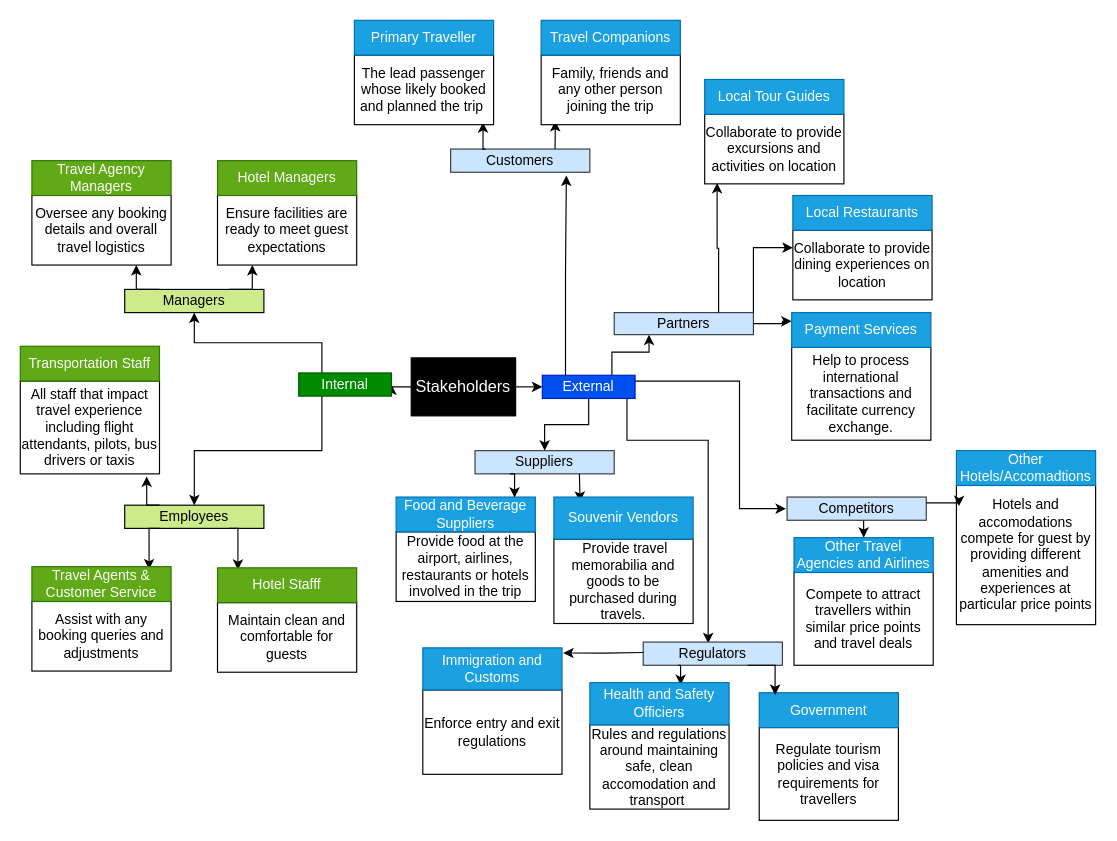
Above: mindmap_stakeholders.drawio in kyrafld/kyrafld (draw.io), before the change. Source tidied: cells renumbered, new cells numbered last; positions are measured from the earlier drawing's top-left corner, leaving out a move shared by most shapes. Both pictures are drawn from the tidied source at 116%, with x=0, y=0 at pixel (20, 20).
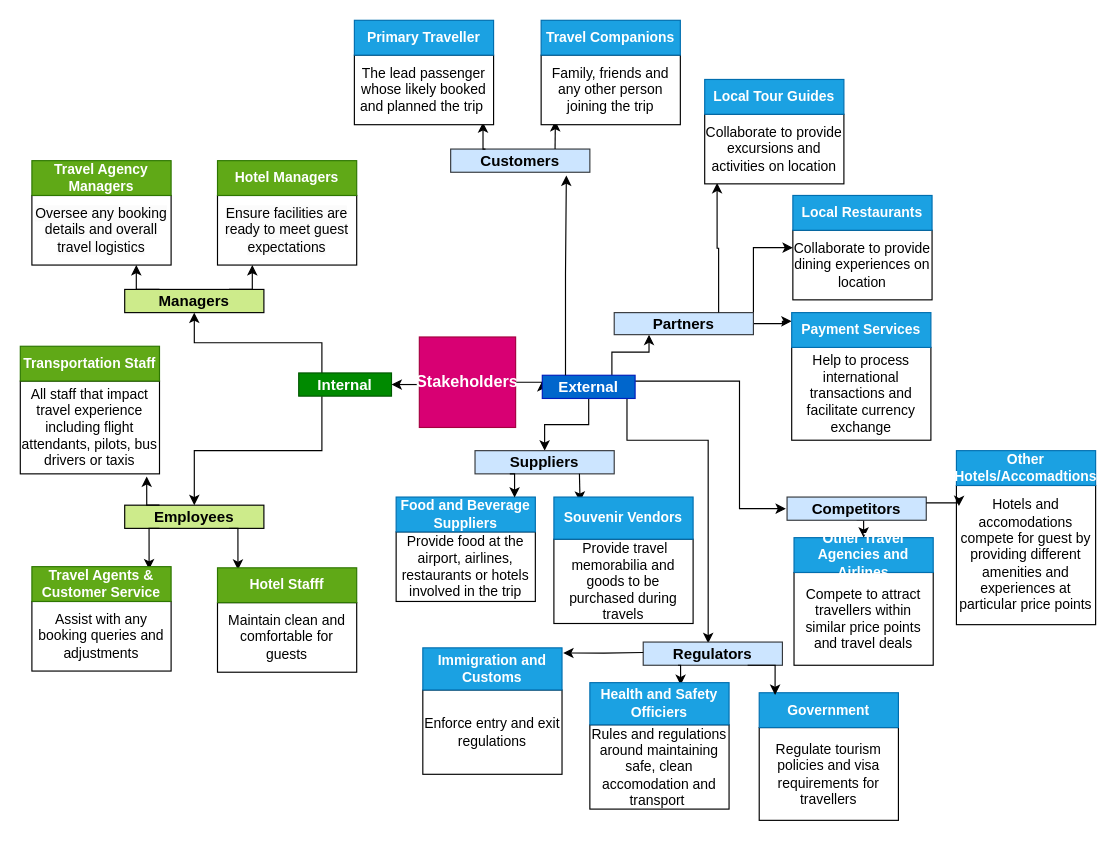
Above is the later version.

Unchanged cells that the change refers to:
```xml
<mxCell id="49" style="group;" parent="1" vertex="1">
  <mxGeometry y="121" width="290" height="440" as="geometry" />
</mxCell>
```

What changed in the source:
```diff
@@
-    <mxCell id="2" style="edgeStyle=orthogonalEdgeStyle;rounded=0;jettySize=auto;html=1;exitX=1;exitY=0.5;exitDx=0;exitDy=0;entryX=0;entryY=0.5;entryDx=0;entryDy=0;" parent="1" edge="1" source="4" target="21">
+    <mxCell id="2" style="edgeStyle=orthogonalEdgeStyle;rounded=0;jettySize=auto;html=1;exitX=1;exitY=0.5;exitDx=0;exitDy=0;entryX=0;entryY=0.25;entryDx=0;entryDy=0;" parent="1" edge="1" source="4" target="21">
       <mxGeometry relative="1" as="geometry" />
     </mxCell>
-    <mxCell id="3" style="edgeStyle=orthogonalEdgeStyle;rounded=0;jettySize=auto;html=1;exitX=0;exitY=0.5;exitDx=0;exitDy=0;entryX=1;entryY=0.5;entryDx=0;entryDy=0;" parent="1" edge="1" source="4" target="12">
-      <mxGeometry relative="1" as="geometry" />
-    </mxCell>
+    <mxCell id="76" style="edgeStyle=orthogonalEdgeStyle;rounded=0;jettySize=auto;html=1;exitX=0;exitY=0.5;exitDx=0;exitDy=0;entryX=1;entryY=0.5;entryDx=0;entryDy=0;" parent="1" edge="1" target="12">
+      <mxGeometry relative="1" as="geometry">
+        <mxPoint x="353" y="314" as="sourcePoint" />
+      </mxGeometry>
+    </mxCell>
-    <mxCell id="4" value="&lt;font color=&quot;#ffffff&quot; style=&quot;font-size: 14px;&quot;&gt;Stakeholders&lt;/font&gt;" style="rounded=0;whiteSpace=wrap;html=1;fillColor=#000000;" parent="1" vertex="1">
-      <mxGeometry x="337" y="291" width="90" height="50" as="geometry" />
+    <mxCell id="4" value="&lt;font style=&quot;font-size: 14px;&quot; color=&quot;#ffffff&quot;&gt;Stakeholders&lt;/font&gt;" style="rounded=0;whiteSpace=wrap;html=1;fillColor=#d80073;fontStyle=1;fontColor=#ffffff;strokeColor=#A50040;" parent="1" vertex="1">
+      <mxGeometry x="344" y="273" width="83" height="78" as="geometry" />
     </mxCell>
@@
-    <mxCell id="9" value="Managers" style="rounded=0;whiteSpace=wrap;html=1;fillColor=#cdeb8b;strokeColor=default;" parent="1" vertex="1">
+    <mxCell id="9" value="Managers" style="rounded=0;whiteSpace=wrap;html=1;fillColor=#cdeb8b;strokeColor=default;fontStyle=1;fontSize=13;" parent="1" vertex="1">
       <mxGeometry x="90" y="232" width="120" height="20" as="geometry" />
     </mxCell>
@@
-    <mxCell id="12" value="Internal" style="rounded=0;whiteSpace=wrap;html=1;fillColor=#008a00;fontColor=#ffffff;strokeColor=#005700;" parent="1" vertex="1">
+    <mxCell id="12" value="Internal" style="rounded=0;whiteSpace=wrap;html=1;fillColor=#008a00;fontColor=#ffffff;strokeColor=#005700;fontStyle=1;fontSize=13;" parent="1" vertex="1">
       <mxGeometry x="240" y="304" width="80" height="20" as="geometry" />
     </mxCell>
-    <mxCell id="13" value="Employees" style="rounded=0;whiteSpace=wrap;html=1;fillColor=#cdeb8b;strokeColor=default;" parent="1" vertex="1">
+    <mxCell id="13" value="Employees" style="rounded=0;whiteSpace=wrap;html=1;fillColor=#cdeb8b;strokeColor=default;fontStyle=1;fontSize=13;" parent="1" vertex="1">
       <mxGeometry x="90" y="418" width="120" height="20" as="geometry" />
     </mxCell>
@@
-    <mxCell id="21" value="External" style="rounded=0;whiteSpace=wrap;html=1;fillColor=#0050ef;fontColor=#ffffff;strokeColor=#001DBC;" parent="1" vertex="1">
+    <mxCell id="21" value="&lt;b&gt;External&lt;/b&gt;" style="rounded=0;whiteSpace=wrap;html=1;fillColor=#0066CC;fontColor=#ffffff;strokeColor=#001DBC;fontSize=13;" parent="1" vertex="1">
       <mxGeometry x="450" y="306" width="80" height="20" as="geometry" />
     </mxCell>
-    <mxCell id="22" value="Customers" style="rounded=0;whiteSpace=wrap;html=1;fillColor=#cce5ff;strokeColor=#36393d;" parent="1" vertex="1">
+    <mxCell id="22" value="Customers" style="rounded=0;whiteSpace=wrap;html=1;fillColor=#cce5ff;strokeColor=#36393d;fontStyle=1;fontSize=13;" parent="1" vertex="1">
       <mxGeometry x="371" y="111" width="120" height="20" as="geometry" />
     </mxCell>
@@
-    <mxCell id="26" value="Partners" style="rounded=0;whiteSpace=wrap;html=1;fillColor=#cce5ff;strokeColor=#36393d;" parent="1" vertex="1">
+    <mxCell id="26" value="Partners" style="rounded=0;whiteSpace=wrap;html=1;fillColor=#cce5ff;strokeColor=#36393d;fontStyle=1;fontSize=13;" parent="1" vertex="1">
       <mxGeometry x="512" y="252" width="120" height="19" as="geometry" />
     </mxCell>
@@
-    <mxCell id="29" value="&lt;div style=&quot;&quot;&gt;&lt;span style=&quot;text-align: left;&quot;&gt;Help to process international transactions and facilitate currency exchange.&lt;/span&gt;&lt;br&gt;&lt;/div&gt;" style="rounded=0;whiteSpace=wrap;html=1;align=center;" parent="1" vertex="1">
+    <mxCell id="29" value="&lt;div style=&quot;&quot;&gt;&lt;span style=&quot;text-align: left;&quot;&gt;Help to process international transactions and facilitate currency exchange&lt;/span&gt;&lt;br&gt;&lt;/div&gt;" style="rounded=0;whiteSpace=wrap;html=1;align=center;" parent="1" vertex="1">
       <mxGeometry x="665" y="282" width="120" height="80" as="geometry" />
     </mxCell>
-    <mxCell id="30" value="&lt;div style=&quot;&quot;&gt;Payment Services&lt;/div&gt;" style="rounded=0;whiteSpace=wrap;html=1;align=center;fillColor=#1ba1e2;fontColor=#ffffff;strokeColor=#006EAF;" parent="1" vertex="1">
+    <mxCell id="30" value="&lt;div style=&quot;&quot;&gt;Payment Services&lt;/div&gt;" style="rounded=0;whiteSpace=wrap;html=1;align=center;fillColor=#1ba1e2;fontColor=#ffffff;strokeColor=#006EAF;fontStyle=1;" parent="1" vertex="1">
       <mxGeometry x="665" y="252" width="120" height="30" as="geometry" />
     </mxCell>
@@
-    <mxCell id="32" value="Suppliers" style="rounded=0;whiteSpace=wrap;html=1;fillColor=#cce5ff;strokeColor=#36393d;" parent="1" vertex="1">
+    <mxCell id="32" value="Suppliers" style="rounded=0;whiteSpace=wrap;html=1;fillColor=#cce5ff;strokeColor=#36393d;fontStyle=1;fontSize=13;" parent="1" vertex="1">
       <mxGeometry x="392" y="371" width="120" height="20" as="geometry" />
     </mxCell>
-    <mxCell id="33" value="Regulators" style="rounded=0;whiteSpace=wrap;html=1;fillColor=#cce5ff;strokeColor=#36393d;" parent="1" vertex="1">
+    <mxCell id="33" value="Regulators" style="rounded=0;whiteSpace=wrap;html=1;fillColor=#cce5ff;strokeColor=#36393d;fontStyle=1;fontSize=13;" parent="1" vertex="1">
       <mxGeometry x="537" y="536" width="120" height="20" as="geometry" />
     </mxCell>
@@
-    <mxCell id="35" value="&lt;div style=&quot;&quot;&gt;Food and Beverage Suppliers&lt;/div&gt;" style="rounded=0;whiteSpace=wrap;html=1;align=center;fillColor=#1ba1e2;fontColor=#ffffff;strokeColor=#006EAF;" parent="1" vertex="1">
+    <mxCell id="35" value="&lt;div style=&quot;&quot;&gt;Food and Beverage Suppliers&lt;/div&gt;" style="rounded=0;whiteSpace=wrap;html=1;align=center;fillColor=#1ba1e2;fontColor=#ffffff;strokeColor=#006EAF;fontStyle=1;" parent="1" vertex="1">
       <mxGeometry x="324" y="411" width="120" height="30" as="geometry" />
     </mxCell>
@@
-    <mxCell id="39" value="Competitors" style="rounded=0;whiteSpace=wrap;html=1;fillColor=#cce5ff;strokeColor=#36393d;" parent="1" vertex="1">
+    <mxCell id="39" value="Competitors" style="rounded=0;whiteSpace=wrap;html=1;fillColor=#cce5ff;strokeColor=#36393d;fontStyle=1;fontSize=13;" parent="1" vertex="1">
       <mxGeometry x="661" y="411" width="120" height="20" as="geometry" />
     </mxCell>
@@
-    <mxCell id="41" value="&lt;div style=&quot;&quot;&gt;Other Hotels/Accomadtions&lt;/div&gt;" style="rounded=0;whiteSpace=wrap;html=1;align=center;fillColor=#1ba1e2;fontColor=#ffffff;strokeColor=#006EAF;" parent="1" vertex="1">
+    <mxCell id="41" value="&lt;div style=&quot;&quot;&gt;Other Hotels/Accomadtions&lt;/div&gt;" style="rounded=0;whiteSpace=wrap;html=1;align=center;fillColor=#1ba1e2;fontColor=#ffffff;strokeColor=#006EAF;fontStyle=1;" parent="1" vertex="1">
       <mxGeometry x="807" y="371" width="120" height="30" as="geometry" />
     </mxCell>
@@
-    <mxCell id="43" value="&lt;div style=&quot;&quot;&gt;Government&lt;/div&gt;" style="rounded=0;whiteSpace=wrap;html=1;align=center;fillColor=#1ba1e2;fontColor=#ffffff;strokeColor=#006EAF;" parent="1" vertex="1">
+    <mxCell id="43" value="&lt;div style=&quot;&quot;&gt;Government&lt;/div&gt;" style="rounded=0;whiteSpace=wrap;html=1;align=center;fillColor=#1ba1e2;fontColor=#ffffff;strokeColor=#006EAF;fontStyle=1;" parent="1" vertex="1">
       <mxGeometry x="637" y="579.7" width="120" height="30" as="geometry" />
     </mxCell>
@@
-    <mxCell id="50" value="&lt;span style=&quot;text-align: left;&quot;&gt;Travel Agency Managers&lt;/span&gt;" style="rounded=0;whiteSpace=wrap;html=1;fillColor=#60a917;fontColor=#ffffff;strokeColor=#2D7600;" parent="49" vertex="1">
+    <mxCell id="50" value="&lt;span style=&quot;text-align: left;&quot;&gt;Travel Agency Managers&lt;/span&gt;" style="rounded=0;whiteSpace=wrap;html=1;fillColor=#60a917;fontColor=#ffffff;strokeColor=#2D7600;fontStyle=1;" parent="49" vertex="1">
       <mxGeometry x="10" width="120" height="30" as="geometry" />
     </mxCell>
-    <mxCell id="51" value="Hotel Managers" style="rounded=0;whiteSpace=wrap;html=1;fillColor=#60a917;fontColor=#ffffff;strokeColor=#2D7600;" parent="49" vertex="1">
+    <mxCell id="51" value="Hotel Managers" style="rounded=0;whiteSpace=wrap;html=1;fillColor=#60a917;fontColor=#ffffff;strokeColor=#2D7600;fontStyle=1;" parent="49" vertex="1">
       <mxGeometry x="170" width="120" height="30" as="geometry" />
     </mxCell>
-    <mxCell id="52" value="&lt;div style=&quot;text-align: left;&quot;&gt;Transportation Staff&lt;/div&gt;" style="rounded=0;whiteSpace=wrap;html=1;fillColor=#60a917;fontColor=#ffffff;strokeColor=#2D7600;" parent="49" vertex="1">
+    <mxCell id="52" value="&lt;div style=&quot;text-align: left;&quot;&gt;Transportation Staff&lt;/div&gt;" style="rounded=0;whiteSpace=wrap;html=1;fillColor=#60a917;fontColor=#ffffff;strokeColor=#2D7600;fontStyle=1;" parent="49" vertex="1">
       <mxGeometry y="160" width="120" height="30" as="geometry" />
     </mxCell>
-    <mxCell id="53" style="group;" parent="49" vertex="1">
+    <mxCell id="53" style="group;fontStyle=1;" parent="49" vertex="1">
       <mxGeometry x="10" y="350" width="120" height="90" as="geometry" />
     </mxCell>
@@
-    <mxCell id="55" value="&lt;div style=&quot;&quot;&gt;Travel Agents &amp;amp; Customer Service&lt;/div&gt;" style="rounded=0;whiteSpace=wrap;html=1;align=center;fillColor=#60a917;fontColor=#ffffff;strokeColor=#2D7600;" parent="53" vertex="1">
+    <mxCell id="55" value="&lt;div style=&quot;&quot;&gt;Travel Agents &amp;amp; Customer Service&lt;/div&gt;" style="rounded=0;whiteSpace=wrap;html=1;align=center;fillColor=#60a917;fontColor=#ffffff;strokeColor=#2D7600;fontStyle=1;" parent="53" vertex="1">
       <mxGeometry width="120" height="30" as="geometry" />
     </mxCell>
@@
-    <mxCell id="57" value="&lt;div style=&quot;&quot;&gt;Primary Traveller&lt;/div&gt;" style="rounded=0;whiteSpace=wrap;html=1;align=center;fillColor=#1ba1e2;fontColor=#ffffff;strokeColor=#006EAF;" parent="1" vertex="1">
+    <mxCell id="57" value="&lt;div style=&quot;&quot;&gt;Primary Traveller&lt;/div&gt;" style="rounded=0;whiteSpace=wrap;html=1;align=center;fillColor=#1ba1e2;fontColor=#ffffff;strokeColor=#006EAF;fontStyle=1;" parent="1" vertex="1">
       <mxGeometry x="288" width="120" height="30" as="geometry" />
     </mxCell>
@@
-    <mxCell id="59" value="&lt;div style=&quot;&quot;&gt;Travel Companions&lt;/div&gt;" style="rounded=0;whiteSpace=wrap;html=1;align=center;fillColor=#1ba1e2;fontColor=#ffffff;strokeColor=#006EAF;" parent="1" vertex="1">
+    <mxCell id="59" value="&lt;div style=&quot;&quot;&gt;Travel Companions&lt;/div&gt;" style="rounded=0;whiteSpace=wrap;html=1;align=center;fillColor=#1ba1e2;fontColor=#ffffff;strokeColor=#006EAF;fontStyle=1;" parent="1" vertex="1">
       <mxGeometry x="449" width="120" height="30" as="geometry" />
     </mxCell>
@@
-    <mxCell id="61" value="&lt;div style=&quot;&quot;&gt;Local Tour Guides&lt;/div&gt;" style="rounded=0;whiteSpace=wrap;html=1;align=center;fillColor=#1ba1e2;fontColor=#ffffff;strokeColor=#006EAF;" parent="1" vertex="1">
+    <mxCell id="61" value="&lt;div style=&quot;&quot;&gt;Local Tour Guides&lt;/div&gt;" style="rounded=0;whiteSpace=wrap;html=1;align=center;fillColor=#1ba1e2;fontColor=#ffffff;strokeColor=#006EAF;fontStyle=1;" parent="1" vertex="1">
       <mxGeometry x="590" y="51" width="120" height="30" as="geometry" />
     </mxCell>
@@
-    <mxCell id="63" value="&lt;div style=&quot;&quot;&gt;Local Restaurants&lt;/div&gt;" style="rounded=0;whiteSpace=wrap;html=1;align=center;fillColor=#1ba1e2;fontColor=#ffffff;strokeColor=#006EAF;" parent="1" vertex="1">
+    <mxCell id="63" value="&lt;div style=&quot;&quot;&gt;Local Restaurants&lt;/div&gt;" style="rounded=0;whiteSpace=wrap;html=1;align=center;fillColor=#1ba1e2;fontColor=#ffffff;strokeColor=#006EAF;fontStyle=1;" parent="1" vertex="1">
       <mxGeometry x="666" y="151" width="120" height="30" as="geometry" />
     </mxCell>
@@
-    <mxCell id="65" value="&lt;div style=&quot;&quot;&gt;Other Travel Agencies and Airlines&lt;/div&gt;" style="rounded=0;whiteSpace=wrap;html=1;align=center;fillColor=#1ba1e2;fontColor=#ffffff;strokeColor=#006EAF;" parent="1" vertex="1">
+    <mxCell id="65" value="&lt;div style=&quot;&quot;&gt;Other Travel Agencies and Airlines&lt;/div&gt;" style="rounded=0;whiteSpace=wrap;html=1;align=center;fillColor=#1ba1e2;fontColor=#ffffff;strokeColor=#006EAF;fontStyle=1;" parent="1" vertex="1">
       <mxGeometry x="667" y="446" width="120" height="30" as="geometry" />
     </mxCell>
@@
-    <mxCell id="67" value="&lt;div style=&quot;&quot;&gt;Health and Safety Officiers&lt;/div&gt;" style="rounded=0;whiteSpace=wrap;html=1;align=center;fillColor=#1ba1e2;fontColor=#ffffff;strokeColor=#006EAF;" parent="1" vertex="1">
+    <mxCell id="67" value="&lt;div style=&quot;&quot;&gt;Health and Safety Officiers&lt;/div&gt;" style="rounded=0;whiteSpace=wrap;html=1;align=center;fillColor=#1ba1e2;fontColor=#ffffff;strokeColor=#006EAF;fontStyle=1;" parent="1" vertex="1">
       <mxGeometry x="491" y="571" width="120" height="36.3" as="geometry" />
     </mxCell>
@@
-    <mxCell id="70" value="&lt;div style=&quot;&quot;&gt;Immigration and Customs&lt;/div&gt;" style="rounded=0;whiteSpace=wrap;html=1;align=center;fillColor=#1ba1e2;fontColor=#ffffff;strokeColor=#006EAF;" parent="1" vertex="1">
+    <mxCell id="70" value="&lt;div style=&quot;&quot;&gt;Immigration and Customs&lt;/div&gt;" style="rounded=0;whiteSpace=wrap;html=1;align=center;fillColor=#1ba1e2;fontColor=#ffffff;strokeColor=#006EAF;fontStyle=1;" parent="1" vertex="1">
       <mxGeometry x="347" y="541" width="120" height="36.3" as="geometry" />
     </mxCell>
@@
-    <mxCell id="72" value="&lt;div style=&quot;&quot;&gt;&lt;span style=&quot;text-align: left;&quot;&gt;&amp;nbsp;Provide travel memorabilia and goods to be purchased during travels.&lt;/span&gt;&lt;br&gt;&lt;/div&gt;" style="rounded=0;whiteSpace=wrap;html=1;align=center;" parent="1" vertex="1">
+    <mxCell id="72" value="&lt;div style=&quot;&quot;&gt;&lt;span style=&quot;text-align: left;&quot;&gt;&amp;nbsp;Provide travel memorabilia and goods to be purchased during travels&lt;/span&gt;&lt;br&gt;&lt;/div&gt;" style="rounded=0;whiteSpace=wrap;html=1;align=center;" parent="1" vertex="1">
       <mxGeometry x="460" y="447.3" width="120" height="72.7" as="geometry" />
     </mxCell>
-    <mxCell id="73" value="&lt;div style=&quot;&quot;&gt;Souvenir Vendors&lt;/div&gt;" style="rounded=0;whiteSpace=wrap;html=1;align=center;fillColor=#1ba1e2;fontColor=#ffffff;strokeColor=#006EAF;" parent="1" vertex="1">
+    <mxCell id="73" value="&lt;div style=&quot;&quot;&gt;Souvenir Vendors&lt;/div&gt;" style="rounded=0;whiteSpace=wrap;html=1;align=center;fillColor=#1ba1e2;fontColor=#ffffff;strokeColor=#006EAF;fontStyle=1;" parent="1" vertex="1">
       <mxGeometry x="460" y="411" width="120" height="36.3" as="geometry" />
     </mxCell>
@@
-    <mxCell id="75" value="&lt;div style=&quot;&quot;&gt;Hotel Stafff&lt;/div&gt;" style="rounded=0;whiteSpace=wrap;html=1;align=center;fillColor=#60a917;fontColor=#ffffff;strokeColor=#2D7600;" parent="1" vertex="1">
+    <mxCell id="75" value="&lt;div style=&quot;&quot;&gt;Hotel Stafff&lt;/div&gt;" style="rounded=0;whiteSpace=wrap;html=1;align=center;fillColor=#60a917;fontColor=#ffffff;strokeColor=#2D7600;fontStyle=1;" parent="1" vertex="1">
       <mxGeometry x="170" y="472" width="120" height="30" as="geometry" />
     </mxCell>
```
